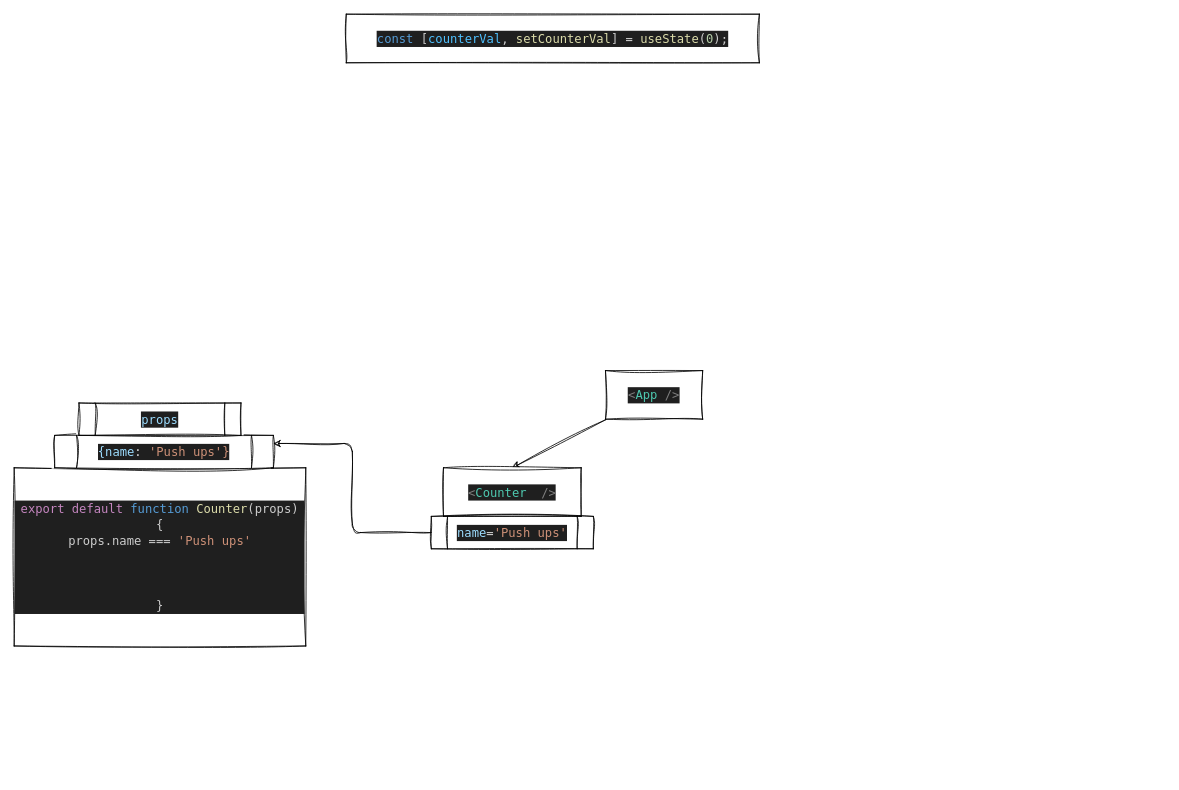
Earlier version of the draw.io diagram draw.drawio (MariusCodeAcademy/feu8_17_react_pasikartojimas). Source tidied: cells renumbered, new cells numbered last; positions are measured from the earlier drawing's top-left corner, leaving out a move shared by most shapes. Both pictures are drawn from the tidied source at 81%, with x=0, y=0 at pixel (14, 14).
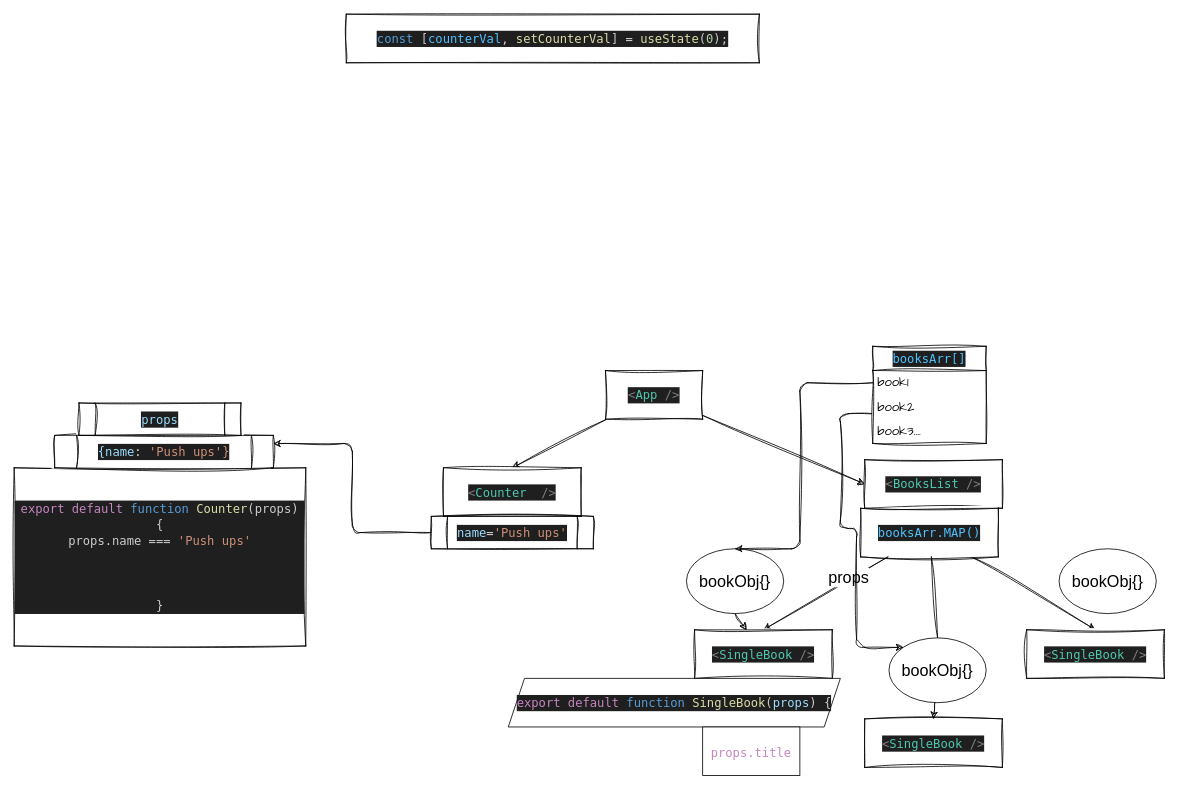
After the change.

Commit message (it also covers changes not shown here):
Single book

Unchanged cells that the change refers to:
```xml
<mxCell id="3" value="&lt;div style=&quot;color: rgb(204, 204, 204); background-color: rgb(31, 31, 31); font-family: &amp;quot;Cascadia code PL&amp;quot;, Menlo, Monaco, &amp;quot;Courier New&amp;quot;, monospace, Consolas, &amp;quot;Courier New&amp;quot;, monospace; font-size: 15px; line-height: 20px;&quot;&gt;&lt;span style=&quot;color: #808080;&quot;&gt;&amp;lt;&lt;/span&gt;&lt;span style=&quot;color: #4ec9b0;&quot;&gt;App&lt;/span&gt; &lt;span style=&quot;color: #808080;&quot;&gt;/&amp;gt;&lt;/span&gt;&lt;/div&gt;" style="rounded=0;whiteSpace=wrap;html=1;sketch=1;hachureGap=4;jiggle=2;curveFitting=1;fontFamily=Architects Daughter;fontSize=20;" parent="1" vertex="1">
  <mxGeometry x="730" y="440" width="120" height="60" as="geometry" />
</mxCell>
```

Diff of the diagram source:
```diff
@@
+    <mxCell id="11" style="edgeStyle=none;sketch=1;hachureGap=4;jiggle=2;curveFitting=1;html=1;entryX=0;entryY=0.5;entryDx=0;entryDy=0;fontFamily=Architects Daughter;fontSize=16;" parent="1" edge="1" source="3" target="12">
+      <mxGeometry relative="1" as="geometry" />
+    </mxCell>
@@
+    <mxCell id="12" value="&lt;div style=&quot;color: rgb(204, 204, 204); background-color: rgb(31, 31, 31); font-family: &amp;quot;Cascadia code PL&amp;quot;, Menlo, Monaco, &amp;quot;Courier New&amp;quot;, monospace, Consolas, &amp;quot;Courier New&amp;quot;, monospace; font-size: 15px; line-height: 20px;&quot;&gt;&lt;div style=&quot;line-height: 20px;&quot;&gt;&lt;div style=&quot;line-height: 20px;&quot;&gt;&lt;span style=&quot;color: #808080;&quot;&gt;&amp;lt;&lt;/span&gt;&lt;span style=&quot;color: #4ec9b0;&quot;&gt;BooksList&lt;/span&gt; &lt;span style=&quot;color: #808080;&quot;&gt;/&amp;gt;&lt;/span&gt;&lt;/div&gt;&lt;/div&gt;&lt;/div&gt;" style="rounded=0;whiteSpace=wrap;html=1;sketch=1;hachureGap=4;jiggle=2;curveFitting=1;fontFamily=Architects Daughter;fontSize=20;" parent="1" vertex="1">
+      <mxGeometry x="1050" y="550" width="170" height="60" as="geometry" />
+    </mxCell>
+    <mxCell id="13" value="&lt;div style=&quot;color: rgb(204, 204, 204); background-color: rgb(31, 31, 31); font-family: &amp;quot;Cascadia code PL&amp;quot;, Menlo, Monaco, &amp;quot;Courier New&amp;quot;, monospace, Consolas, &amp;quot;Courier New&amp;quot;, monospace; font-size: 15px; line-height: 20px;&quot;&gt;&lt;span style=&quot;color: #4fc1ff;&quot;&gt;booksArr[]&lt;/span&gt;&lt;/div&gt;" style="swimlane;fontStyle=0;horizontal=1;startSize=30;whiteSpace=wrap;html=1;sketch=1;hachureGap=4;jiggle=2;curveFitting=1;fontFamily=Architects Daughter;fontSize=20;" parent="1" vertex="1">
+      <mxGeometry x="1060" y="410" width="140" height="120" as="geometry" />
+    </mxCell>
+    <mxCell id="14" value="book1" style="text;strokeColor=none;fillColor=none;align=left;verticalAlign=middle;spacingLeft=4;spacingRight=4;overflow=hidden;points=[[0,0.5],[1,0.5]];portConstraint=eastwest;whiteSpace=wrap;html=1;fontSize=16;sketch=1;hachureGap=4;jiggle=2;curveFitting=1;fontFamily=Architects Daughter;" parent="13" vertex="1">
+      <mxGeometry y="30" width="140" height="30" as="geometry" />
+    </mxCell>
+    <mxCell id="15" value="book2" style="text;strokeColor=none;fillColor=none;align=left;verticalAlign=middle;spacingLeft=4;spacingRight=4;overflow=hidden;points=[[0,0.5],[1,0.5]];portConstraint=eastwest;whiteSpace=wrap;html=1;fontSize=16;sketch=1;hachureGap=4;jiggle=2;curveFitting=1;fontFamily=Architects Daughter;" parent="13" vertex="1">
+      <mxGeometry y="60" width="140" height="30" as="geometry" />
+    </mxCell>
+    <mxCell id="16" value="book3...." style="text;strokeColor=none;fillColor=none;align=left;verticalAlign=middle;spacingLeft=4;spacingRight=4;overflow=hidden;whiteSpace=wrap;html=1;fontSize=16;sketch=1;hachureGap=4;jiggle=2;curveFitting=1;fontFamily=Architects Daughter;" parent="13" vertex="1">
+      <mxGeometry y="90" width="140" height="30" as="geometry" />
+    </mxCell>
+    <mxCell id="17" style="edgeStyle=none;sketch=1;hachureGap=4;jiggle=2;curveFitting=1;html=1;entryX=0.5;entryY=0;entryDx=0;entryDy=0;fontFamily=Architects Daughter;fontSize=16;" parent="1" edge="1" source="21" target="22">
+      <mxGeometry relative="1" as="geometry" />
+    </mxCell>
+    <mxCell id="18" value="props" style="edgeLabel;html=1;align=center;verticalAlign=middle;fontSize=20;fontFamily=Helvetica;fontColor=default;" parent="17" vertex="1">
+      <mxGeometry x="-0.38" y="-4" relative="1" as="geometry" />
+    </mxCell>
+    <mxCell id="19" style="edgeStyle=none;sketch=1;hachureGap=4;jiggle=2;curveFitting=1;html=1;entryX=0.5;entryY=0;entryDx=0;entryDy=0;fontFamily=Architects Daughter;fontSize=16;startArrow=none;" parent="1" edge="1" source="28" target="23">
+      <mxGeometry relative="1" as="geometry" />
+    </mxCell>
+    <mxCell id="20" style="edgeStyle=none;sketch=1;hachureGap=4;jiggle=2;curveFitting=1;html=1;entryX=0.5;entryY=0;entryDx=0;entryDy=0;fontFamily=Architects Daughter;fontSize=16;" parent="1" edge="1" source="21" target="24">
+      <mxGeometry relative="1" as="geometry" />
+    </mxCell>
+    <mxCell id="21" value="&lt;div style=&quot;color: rgb(204, 204, 204); background-color: rgb(31, 31, 31); font-family: &amp;quot;Cascadia code PL&amp;quot;, Menlo, Monaco, &amp;quot;Courier New&amp;quot;, monospace, Consolas, &amp;quot;Courier New&amp;quot;, monospace; font-size: 15px; line-height: 20px;&quot;&gt;&lt;div style=&quot;line-height: 20px;&quot;&gt;&lt;div style=&quot;line-height: 20px;&quot;&gt;&lt;div style=&quot;line-height: 20px;&quot;&gt;&lt;span style=&quot;color: rgb(79, 193, 255);&quot;&gt;booksArr.MAP()&lt;/span&gt;&lt;/div&gt;&lt;/div&gt;&lt;/div&gt;&lt;/div&gt;" style="rounded=0;whiteSpace=wrap;html=1;sketch=1;hachureGap=4;jiggle=2;curveFitting=1;fontFamily=Architects Daughter;fontSize=20;" parent="1" vertex="1">
+      <mxGeometry x="1045" y="610" width="170" height="60" as="geometry" />
+    </mxCell>
+    <mxCell id="22" value="&lt;div style=&quot;color: rgb(204, 204, 204); background-color: rgb(31, 31, 31); font-family: &amp;quot;Cascadia code PL&amp;quot;, Menlo, Monaco, &amp;quot;Courier New&amp;quot;, monospace, Consolas, &amp;quot;Courier New&amp;quot;, monospace; font-size: 15px; line-height: 20px;&quot;&gt;&lt;div style=&quot;line-height: 20px;&quot;&gt;&lt;div style=&quot;line-height: 20px;&quot;&gt;&lt;div style=&quot;line-height: 20px;&quot;&gt;&lt;span style=&quot;color: #808080;&quot;&gt;&amp;lt;&lt;/span&gt;&lt;span style=&quot;color: #4ec9b0;&quot;&gt;SingleBook&lt;/span&gt;&lt;span style=&quot;color: #d4d4d4;&quot;&gt; &lt;/span&gt;&lt;span style=&quot;color: #808080;&quot;&gt;/&amp;gt;&lt;/span&gt;&lt;/div&gt;&lt;/div&gt;&lt;/div&gt;&lt;/div&gt;" style="rounded=0;whiteSpace=wrap;html=1;sketch=1;hachureGap=4;jiggle=2;curveFitting=1;fontFamily=Architects Daughter;fontSize=20;" parent="1" vertex="1">
+      <mxGeometry x="840" y="760" width="170" height="60" as="geometry" />
+    </mxCell>
+    <mxCell id="23" value="&lt;div style=&quot;color: rgb(204, 204, 204); background-color: rgb(31, 31, 31); font-family: &amp;quot;Cascadia code PL&amp;quot;, Menlo, Monaco, &amp;quot;Courier New&amp;quot;, monospace, Consolas, &amp;quot;Courier New&amp;quot;, monospace; font-size: 15px; line-height: 20px;&quot;&gt;&lt;div style=&quot;line-height: 20px;&quot;&gt;&lt;div style=&quot;line-height: 20px;&quot;&gt;&lt;div style=&quot;line-height: 20px;&quot;&gt;&lt;span style=&quot;color: #808080;&quot;&gt;&amp;lt;&lt;/span&gt;&lt;span style=&quot;color: #4ec9b0;&quot;&gt;SingleBook&lt;/span&gt;&lt;span style=&quot;color: #d4d4d4;&quot;&gt; &lt;/span&gt;&lt;span style=&quot;color: #808080;&quot;&gt;/&amp;gt;&lt;/span&gt;&lt;/div&gt;&lt;/div&gt;&lt;/div&gt;&lt;/div&gt;" style="rounded=0;whiteSpace=wrap;html=1;sketch=1;hachureGap=4;jiggle=2;curveFitting=1;fontFamily=Architects Daughter;fontSize=20;" parent="1" vertex="1">
+      <mxGeometry x="1050" y="870" width="170" height="60" as="geometry" />
+    </mxCell>
+    <mxCell id="24" value="&lt;div style=&quot;color: rgb(204, 204, 204); background-color: rgb(31, 31, 31); font-family: &amp;quot;Cascadia code PL&amp;quot;, Menlo, Monaco, &amp;quot;Courier New&amp;quot;, monospace, Consolas, &amp;quot;Courier New&amp;quot;, monospace; font-size: 15px; line-height: 20px;&quot;&gt;&lt;div style=&quot;line-height: 20px;&quot;&gt;&lt;div style=&quot;line-height: 20px;&quot;&gt;&lt;div style=&quot;line-height: 20px;&quot;&gt;&lt;span style=&quot;color: #808080;&quot;&gt;&amp;lt;&lt;/span&gt;&lt;span style=&quot;color: #4ec9b0;&quot;&gt;SingleBook&lt;/span&gt;&lt;span style=&quot;color: #d4d4d4;&quot;&gt; &lt;/span&gt;&lt;span style=&quot;color: #808080;&quot;&gt;/&amp;gt;&lt;/span&gt;&lt;/div&gt;&lt;/div&gt;&lt;/div&gt;&lt;/div&gt;" style="rounded=0;whiteSpace=wrap;html=1;sketch=1;hachureGap=4;jiggle=2;curveFitting=1;fontFamily=Architects Daughter;fontSize=20;" parent="1" vertex="1">
+      <mxGeometry x="1250" y="760" width="170" height="60" as="geometry" />
+    </mxCell>
+    <mxCell id="25" style="edgeStyle=none;sketch=1;hachureGap=4;jiggle=2;curveFitting=1;html=1;exitX=0.5;exitY=1;exitDx=0;exitDy=0;fontFamily=Helvetica;fontSize=16;fontColor=default;" parent="1" edge="1" source="26" target="22">
+      <mxGeometry relative="1" as="geometry" />
+    </mxCell>
+    <mxCell id="26" value="bookObj{}" style="ellipse;whiteSpace=wrap;html=1;hachureGap=4;fontFamily=Helvetica;fontSize=20;fontColor=default;" parent="1" vertex="1">
+      <mxGeometry x="830" y="660" width="120" height="80" as="geometry" />
+    </mxCell>
+    <mxCell id="27" style="edgeStyle=none;sketch=1;hachureGap=4;jiggle=2;curveFitting=1;html=1;entryX=0.5;entryY=0;entryDx=0;entryDy=0;fontFamily=Architects Daughter;fontSize=16;endArrow=none;" parent="1" edge="1" source="21" target="28">
+      <mxGeometry relative="1" as="geometry" />
+    </mxCell>
+    <mxCell id="28" value="bookObj{}" style="ellipse;whiteSpace=wrap;html=1;hachureGap=4;fontFamily=Helvetica;fontSize=20;fontColor=default;" parent="1" vertex="1">
+      <mxGeometry x="1080" y="770" width="120" height="80" as="geometry" />
+    </mxCell>
+    <mxCell id="29" value="bookObj{}" style="ellipse;whiteSpace=wrap;html=1;hachureGap=4;fontFamily=Helvetica;fontSize=20;fontColor=default;" parent="1" vertex="1">
+      <mxGeometry x="1290" y="660" width="120" height="80" as="geometry" />
+    </mxCell>
+    <mxCell id="30" value="&lt;div style=&quot;color: rgb(204, 204, 204); background-color: rgb(31, 31, 31); font-family: &amp;quot;Cascadia code PL&amp;quot;, Menlo, Monaco, &amp;quot;Courier New&amp;quot;, monospace, Consolas, &amp;quot;Courier New&amp;quot;, monospace; font-size: 15px; line-height: 20px;&quot;&gt;&lt;span style=&quot;color: #c586c0;&quot;&gt;export&lt;/span&gt; &lt;span style=&quot;color: #c586c0;&quot;&gt;default&lt;/span&gt; &lt;span style=&quot;color: #569cd6;&quot;&gt;function&lt;/span&gt; &lt;span style=&quot;color: #dcdcaa;&quot;&gt;SingleBook&lt;/span&gt;(&lt;span style=&quot;color: #9cdcfe;&quot;&gt;props&lt;/span&gt;) {&lt;/div&gt;" style="shape=parallelogram;perimeter=parallelogramPerimeter;whiteSpace=wrap;html=1;fixedSize=1;sketch=0;hachureGap=4;jiggle=2;curveFitting=1;fontFamily=Helvetica;fontSize=20;fontColor=default;" parent="1" vertex="1">
+      <mxGeometry x="610" y="820" width="410" height="60" as="geometry" />
+    </mxCell>
+    <mxCell id="31" value="&lt;font face=&quot;Cascadia code PL, Menlo, Monaco, Courier New, monospace, Consolas, Courier New, monospace&quot; color=&quot;#c586c0&quot;&gt;&lt;span style=&quot;font-size: 15px;&quot;&gt;props.title&lt;/span&gt;&lt;/font&gt;" style="rounded=0;whiteSpace=wrap;html=1;sketch=0;hachureGap=4;jiggle=2;curveFitting=1;fontFamily=Helvetica;fontSize=20;fontColor=default;" parent="1" vertex="1">
+      <mxGeometry x="850" y="880" width="120" height="60" as="geometry" />
+    </mxCell>
+    <mxCell id="32" style="edgeStyle=orthogonalEdgeStyle;sketch=1;hachureGap=4;jiggle=2;curveFitting=1;html=1;entryX=0.5;entryY=0;entryDx=0;entryDy=0;fontFamily=Helvetica;fontSize=16;fontColor=default;exitX=0;exitY=0.5;exitDx=0;exitDy=0;" parent="1" edge="1" source="14" target="26">
+      <mxGeometry relative="1" as="geometry">
+        <Array as="points">
+          <mxPoint x="970" y="455" />
+          <mxPoint x="970" y="660" />
+        </Array>
+      </mxGeometry>
+    </mxCell>
+    <mxCell id="33" style="edgeStyle=orthogonalEdgeStyle;sketch=1;hachureGap=4;jiggle=2;curveFitting=1;html=1;entryX=0;entryY=0;entryDx=0;entryDy=0;fontFamily=Helvetica;fontSize=16;fontColor=default;exitX=-0.01;exitY=0.774;exitDx=0;exitDy=0;exitPerimeter=0;" parent="1" edge="1" source="15" target="28">
+      <mxGeometry relative="1" as="geometry">
+        <Array as="points">
+          <mxPoint x="1020" y="493" />
+          <mxPoint x="1020" y="635" />
+          <mxPoint x="1040" y="635" />
+          <mxPoint x="1040" y="782" />
+        </Array>
+      </mxGeometry>
+    </mxCell>
```
